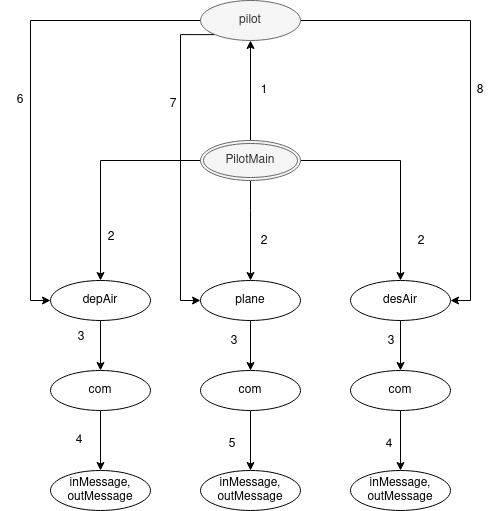
This is assignment2/diagramas/PilotMain.png from MarianaPinto17/SD, a draw.io export, as it was before one commit. Source tidied: cells renumbered, new cells last; positions are measured from the earlier drawing's top-left corner, leaving out a move shared by most shapes.
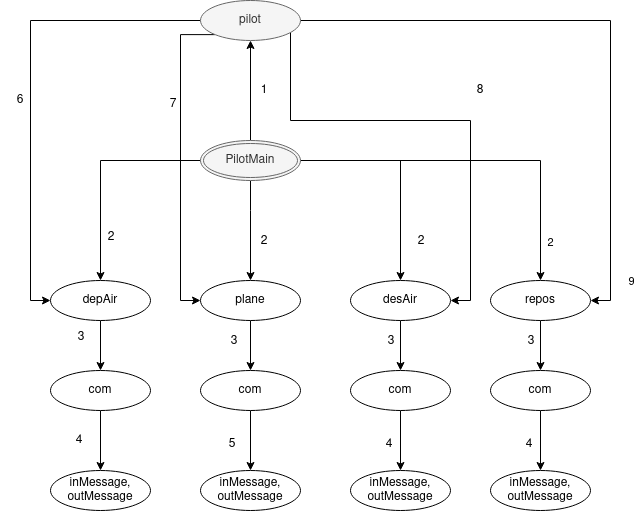
Above is the later version.

Change to the diagram source:
```diff
@@ -9,7 +9,13 @@
       <mxGeometry x="200" y="280" width="100" height="40" as="geometry" />
     </mxCell>
     <mxCell id="4" style="edgeStyle=orthogonalEdgeStyle;rounded=0;jettySize=auto;html=1;entryX=1;entryY=0.5;entryDx=0;entryDy=0;" parent="1" edge="1" source="7" target="14">
-      <mxGeometry relative="1" as="geometry" />
+      <mxGeometry relative="1" as="geometry">
+        <Array as="points">
+          <mxPoint x="290" y="120" />
+          <mxPoint x="470" y="120" />
+          <mxPoint x="470" y="300" />
+        </Array>
+      </mxGeometry>
     </mxCell>
     <mxCell id="5" style="edgeStyle=orthogonalEdgeStyle;rounded=0;jettySize=auto;html=1;entryX=0;entryY=0.5;entryDx=0;entryDy=0;" parent="1" edge="1" source="7" target="16">
       <mxGeometry relative="1" as="geometry" />
@@ -22,6 +28,14 @@
         </Array>
       </mxGeometry>
     </mxCell>
+    <mxCell id="39" style="edgeStyle=orthogonalEdgeStyle;rounded=0;jettySize=auto;html=1;entryX=1;entryY=0.5;entryDx=0;entryDy=0;" parent="1" edge="1" source="7" target="44">
+      <mxGeometry relative="1" as="geometry" />
+    </mxCell>
+    <mxCell id="40" value="9" style="edgeLabel;html=1;align=center;verticalAlign=middle;" parent="39" vertex="1">
+      <mxGeometry x="0.57" y="-2" relative="1" as="geometry">
+        <mxPoint x="22" y="91" as="offset" />
+      </mxGeometry>
+    </mxCell>
     <mxCell id="7" value="pilot" style="ellipse;whiteSpace=wrap;html=1;align=center;fillColor=#f5f5f5;strokeColor=#666666;fontColor=#333333;" parent="1" vertex="1">
       <mxGeometry x="200" width="100" height="40" as="geometry" />
     </mxCell>
@@ -42,6 +56,14 @@
     <mxCell id="11" style="edgeStyle=orthogonalEdgeStyle;rounded=0;jettySize=auto;html=1;entryX=0.5;entryY=0;entryDx=0;entryDy=0;" parent="1" edge="1" source="12" target="14">
       <mxGeometry relative="1" as="geometry" />
     </mxCell>
+    <mxCell id="41" style="edgeStyle=orthogonalEdgeStyle;rounded=0;jettySize=auto;html=1;entryX=0.5;entryY=0;entryDx=0;entryDy=0;" parent="1" edge="1" source="12" target="44">
+      <mxGeometry relative="1" as="geometry" />
+    </mxCell>
+    <mxCell id="42" value="2" style="edgeLabel;html=1;align=center;verticalAlign=middle;" parent="41" vertex="1">
+      <mxGeometry x="0.49" y="4" relative="1" as="geometry">
+        <mxPoint x="5" y="52" as="offset" />
+      </mxGeometry>
+    </mxCell>
     <mxCell id="12" value="PilotMain" style="ellipse;shape=doubleEllipse;margin=3;whiteSpace=wrap;html=1;align=center;fillColor=#f5f5f5;strokeColor=#666666;fontColor=#333333;" parent="1" vertex="1">
       <mxGeometry x="200" y="140" width="100" height="40" as="geometry" />
     </mxCell>
@@ -123,5 +145,26 @@
     <mxCell id="38" value="8" style="text;html=1;strokeColor=none;fillColor=none;align=center;verticalAlign=middle;whiteSpace=wrap;rounded=0;" parent="1" vertex="1">
       <mxGeometry x="460" y="80" width="40" height="20" as="geometry" />
     </mxCell>
+    <mxCell id="43" style="edgeStyle=orthogonalEdgeStyle;rounded=0;jettySize=auto;html=1;entryX=0.5;entryY=0;entryDx=0;entryDy=0;" parent="1" edge="1" source="44" target="46">
+      <mxGeometry relative="1" as="geometry" />
+    </mxCell>
+    <mxCell id="44" value="repos" style="ellipse;whiteSpace=wrap;html=1;align=center;" parent="1" vertex="1">
+      <mxGeometry x="490" y="280" width="100" height="40" as="geometry" />
+    </mxCell>
+    <mxCell id="45" style="edgeStyle=orthogonalEdgeStyle;rounded=0;jettySize=auto;html=1;entryX=0.5;entryY=0;entryDx=0;entryDy=0;" parent="1" edge="1" source="46" target="47">
+      <mxGeometry relative="1" as="geometry" />
+    </mxCell>
+    <mxCell id="46" value="com" style="ellipse;whiteSpace=wrap;html=1;align=center;" parent="1" vertex="1">
+      <mxGeometry x="490" y="370" width="100" height="40" as="geometry" />
+    </mxCell>
+    <mxCell id="47" value="&lt;div&gt;inMessage,&lt;/div&gt;&lt;div&gt;outMessage&lt;br&gt;&lt;/div&gt;" style="ellipse;whiteSpace=wrap;html=1;align=center;" parent="1" vertex="1">
+      <mxGeometry x="490" y="470" width="100" height="40" as="geometry" />
+    </mxCell>
+    <mxCell id="48" value="3" style="text;html=1;strokeColor=none;fillColor=none;align=center;verticalAlign=middle;whiteSpace=wrap;rounded=0;" parent="1" vertex="1">
+      <mxGeometry x="511" y="331" width="40" height="20" as="geometry" />
+    </mxCell>
+    <mxCell id="49" value="4" style="text;html=1;strokeColor=none;fillColor=none;align=center;verticalAlign=middle;whiteSpace=wrap;rounded=0;" parent="1" vertex="1">
+      <mxGeometry x="509" y="434" width="40" height="20" as="geometry" />
+    </mxCell>
   </root>
 </mxGraphModel>
```
